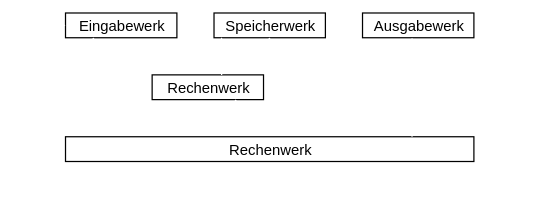
This is Semester 1/Grundlagen der Informationsverarbeitung/Notizen (Lenny)/Resourcen/Von-Neumann-Architektur.svg from Ph03nixF34ther/Lerngruppe, a draw.io export, as it was before one commit. Source tidied: cells renumbered, new cells last; positions are measured from the earlier drawing's top-left corner, leaving out a move shared by most shapes. Source of this version:
```xml
<mxGraphModel>
  <root>
    <mxCell id="0" />
    <mxCell id="1" parent="0" />
    <mxCell id="2" style="edgeStyle=none;html=1;strokeColor=#FFFFFF;" parent="1" edge="1" source="3" target="7">
      <mxGeometry relative="1" as="geometry" />
    </mxCell>
    <mxCell id="3" value="Eingabewerk" style="rounded=0;whiteSpace=wrap;html=1;" parent="1" vertex="1">
      <mxGeometry x="20" width="90" height="20" as="geometry" />
    </mxCell>
    <mxCell id="4" style="edgeStyle=none;html=1;strokeColor=#FFFFFF;" parent="1" edge="1">
      <mxGeometry relative="1" as="geometry">
        <mxPoint x="210" y="20" as="sourcePoint" />
        <mxPoint x="210" y="100" as="targetPoint" />
      </mxGeometry>
    </mxCell>
    <mxCell id="5" style="edgeStyle=none;html=1;exitX=0.25;exitY=1;exitDx=0;exitDy=0;entryX=0.802;entryY=0.002;entryDx=0;entryDy=0;entryPerimeter=0;strokeColor=#FFFFFF;" parent="1" edge="1" source="7" target="9">
      <mxGeometry relative="1" as="geometry" />
    </mxCell>
    <mxCell id="6" style="edgeStyle=none;html=1;strokeColor=#FFFFFF;" parent="1" edge="1" source="7" target="15">
      <mxGeometry relative="1" as="geometry" />
    </mxCell>
    <mxCell id="7" value="Speicherwerk" style="rounded=0;whiteSpace=wrap;html=1;" parent="1" vertex="1">
      <mxGeometry x="140" width="90" height="20" as="geometry" />
    </mxCell>
    <mxCell id="8" style="edgeStyle=none;html=1;entryX=0.25;entryY=0;entryDx=0;entryDy=0;exitX=0.141;exitY=1.002;exitDx=0;exitDy=0;exitPerimeter=0;strokeColor=#FFFFFF;" parent="1" edge="1" source="9" target="13">
      <mxGeometry relative="1" as="geometry" />
    </mxCell>
    <mxCell id="9" value="Rechenwerk" style="rounded=0;whiteSpace=wrap;html=1;" parent="1" vertex="1">
      <mxGeometry x="90" y="50" width="90" height="20" as="geometry" />
    </mxCell>
    <mxCell id="10" style="edgeStyle=none;html=1;exitX=0.067;exitY=0.002;exitDx=0;exitDy=0;entryX=0.25;entryY=1;entryDx=0;entryDy=0;exitPerimeter=0;strokeColor=#FFFFFF;shape=flexArrow;width=2.857142857142857;endSize=3.2857142857142856;endWidth=7.210884353741496;" parent="1" edge="1" source="13" target="3">
      <mxGeometry relative="1" as="geometry" />
    </mxCell>
    <mxCell id="11" style="edgeStyle=none;html=1;entryX=0.75;entryY=1;entryDx=0;entryDy=0;exitX=0.416;exitY=0.002;exitDx=0;exitDy=0;exitPerimeter=0;strokeColor=#FFFFFF;shape=flexArrow;width=2.857142857142857;endSize=2.2666666666666666;endWidth=6.099773242630386;" parent="1" edge="1" source="13" target="9">
      <mxGeometry relative="1" as="geometry" />
    </mxCell>
    <mxCell id="12" style="edgeStyle=none;html=1;entryX=0.5;entryY=1;entryDx=0;entryDy=0;strokeColor=#FFFFFF;shape=flexArrow;width=4.285714285714286;endSize=3.1333333333333333;endWidth=6.530612244897959;" parent="1" edge="1">
      <mxGeometry relative="1" as="geometry">
        <mxPoint x="184.8" y="100" as="sourcePoint" />
        <mxPoint x="184.8" y="20" as="targetPoint" />
      </mxGeometry>
    </mxCell>
    <mxCell id="13" value="Rechenwerk" style="rounded=0;whiteSpace=wrap;html=1;" parent="1" vertex="1">
      <mxGeometry x="20" y="100" width="330" height="20" as="geometry" />
    </mxCell>
    <mxCell id="14" style="edgeStyle=none;html=1;strokeColor=#FFFFFF;" parent="1" edge="1" source="15">
      <mxGeometry relative="1" as="geometry">
        <mxPoint x="370" y="10" as="targetPoint" />
      </mxGeometry>
    </mxCell>
    <mxCell id="15" value="Ausgabewerk" style="rounded=0;whiteSpace=wrap;html=1;" parent="1" vertex="1">
      <mxGeometry x="260" width="90" height="20" as="geometry" />
    </mxCell>
    <mxCell id="16" style="endArrow=classic;html=1;entryX=0;entryY=0.5;entryDx=0;entryDy=0;strokeColor=#FFFFFF;" parent="1" edge="1" target="3">
      <mxGeometry relative="1" as="geometry">
        <mxPoint y="10" as="sourcePoint" />
      </mxGeometry>
    </mxCell>
    <mxCell id="17" style="edgeStyle=none;html=1;entryX=0.068;entryY=0.981;entryDx=0;entryDy=0;entryPerimeter=0;exitX=0.624;exitY=0.002;exitDx=0;exitDy=0;exitPerimeter=0;strokeColor=#FFFFFF;" parent="1" edge="1" source="9" target="7">
      <mxGeometry relative="1" as="geometry" />
    </mxCell>
    <mxCell id="18" style="edgeStyle=none;html=1;entryX=0.5;entryY=1;entryDx=0;entryDy=0;strokeColor=#FFFFFF;" parent="1" edge="1">
      <mxGeometry relative="1" as="geometry">
        <mxPoint x="300" y="100" as="sourcePoint" />
        <mxPoint x="300" y="20" as="targetPoint" />
      </mxGeometry>
    </mxCell>
    <mxCell id="19" style="edgeStyle=none;html=1;strokeColor=#FFFFFF;shape=flexArrow;width=2.857142857142857;endSize=3.2857142857142856;endWidth=7.210884353741496;" parent="1" edge="1">
      <mxGeometry relative="1" as="geometry">
        <mxPoint x="40" y="134.8" as="sourcePoint" />
        <mxPoint x="80" y="134.8" as="targetPoint" />
      </mxGeometry>
    </mxCell>
    <mxCell id="20" value="&lt;font color=&quot;#ffffff&quot;&gt;Steuersignal&lt;/font&gt;" style="text;html=1;align=center;verticalAlign=middle;strokeColor=none;fillColor=none;" parent="1" vertex="1">
      <mxGeometry x="80" y="120" width="90" height="30" as="geometry" />
    </mxCell>
    <mxCell id="21" style="edgeStyle=none;html=1;strokeColor=#FFFFFF;" parent="1" edge="1">
      <mxGeometry relative="1" as="geometry">
        <mxPoint x="180" y="134.8" as="sourcePoint" />
        <mxPoint x="210" y="134.8" as="targetPoint" />
      </mxGeometry>
    </mxCell>
    <mxCell id="22" value="&lt;font color=&quot;#ffffff&quot;&gt;Daten&lt;/font&gt;" style="text;html=1;align=center;verticalAlign=middle;strokeColor=none;fillColor=none;" parent="1" vertex="1">
      <mxGeometry x="210" y="120" width="60" height="30" as="geometry" />
    </mxCell>
  </root>
</mxGraphModel>
```
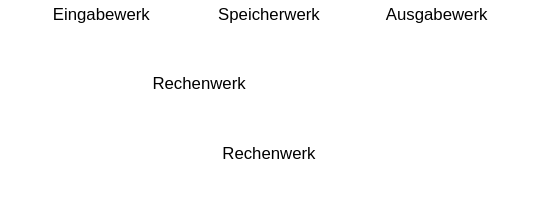
Later version of the same file.

Commit message:
[content] Fehlerkorrektur

Affected files:
Semester 1/Grundlagen der Informationsverarbeitung/Notizen (Lenny)/Resourcen/Von-Neumann-Architektur.svg

What changed in the source:
```diff
@@ -1,87 +1,87 @@
 <mxGraphModel>
   <root>
-    <mxCell id="0" />
-    <mxCell id="1" parent="0" />
+    <mxCell id="23" />
+    <mxCell id="24" parent="23" />
-    <mxCell id="2" style="edgeStyle=none;html=1;strokeColor=#FFFFFF;" parent="1" edge="1" source="3" target="7">
+    <mxCell id="2" style="edgeStyle=none;html=1;strokeColor=light-dark(#FFFFFF,#FFFFFF);" parent="24" edge="1" source="3" target="7">
       <mxGeometry relative="1" as="geometry" />
     </mxCell>
-    <mxCell id="3" value="Eingabewerk" style="rounded=0;whiteSpace=wrap;html=1;" parent="1" vertex="1">
+    <mxCell id="3" value="Eingabewerk" style="rounded=0;whiteSpace=wrap;html=1;strokeColor=light-dark(#FFFFFF,#FFFFFF);" parent="24" vertex="1">
       <mxGeometry x="20" width="90" height="20" as="geometry" />
     </mxCell>
-    <mxCell id="4" style="edgeStyle=none;html=1;strokeColor=#FFFFFF;" parent="1" edge="1">
-      <mxGeometry relative="1" as="geometry">
-        <mxPoint x="210" y="20" as="sourcePoint" />
-        <mxPoint x="210" y="100" as="targetPoint" />
-      </mxGeometry>
-    </mxCell>
-    <mxCell id="5" style="edgeStyle=none;html=1;exitX=0.25;exitY=1;exitDx=0;exitDy=0;entryX=0.802;entryY=0.002;entryDx=0;entryDy=0;entryPerimeter=0;strokeColor=#FFFFFF;" parent="1" edge="1" source="7" target="9">
-      <mxGeometry relative="1" as="geometry" />
-    </mxCell>
+    <mxCell id="25" style="edgeStyle=none;html=1;strokeColor=light-dark(#FFFFFF,#FFFFFF);" parent="24" edge="1">
+      <mxGeometry relative="1" as="geometry">
+        <mxPoint x="210" y="20" as="sourcePoint" />
+        <mxPoint x="210" y="100" as="targetPoint" />
+      </mxGeometry>
+    </mxCell>
+    <mxCell id="26" style="edgeStyle=none;html=1;exitX=0.25;exitY=1;exitDx=0;exitDy=0;entryX=0.802;entryY=0.002;entryDx=0;entryDy=0;entryPerimeter=0;strokeColor=light-dark(#FFFFFF,#FFFFFF);" parent="24" edge="1" source="7" target="28">
+      <mxGeometry relative="1" as="geometry" />
+    </mxCell>
-    <mxCell id="6" style="edgeStyle=none;html=1;strokeColor=#FFFFFF;" parent="1" edge="1" source="7" target="15">
+    <mxCell id="6" style="edgeStyle=none;html=1;strokeColor=light-dark(#FFFFFF,#FFFFFF);" parent="24" edge="1" source="7" target="15">
       <mxGeometry relative="1" as="geometry" />
     </mxCell>
-    <mxCell id="7" value="Speicherwerk" style="rounded=0;whiteSpace=wrap;html=1;" parent="1" vertex="1">
+    <mxCell id="7" value="Speicherwerk" style="rounded=0;whiteSpace=wrap;html=1;strokeColor=light-dark(#FFFFFF,#FFFFFF);" parent="24" vertex="1">
       <mxGeometry x="140" width="90" height="20" as="geometry" />
     </mxCell>
-    <mxCell id="8" style="edgeStyle=none;html=1;entryX=0.25;entryY=0;entryDx=0;entryDy=0;exitX=0.141;exitY=1.002;exitDx=0;exitDy=0;exitPerimeter=0;strokeColor=#FFFFFF;" parent="1" edge="1" source="9" target="13">
-      <mxGeometry relative="1" as="geometry" />
-    </mxCell>
-    <mxCell id="9" value="Rechenwerk" style="rounded=0;whiteSpace=wrap;html=1;" parent="1" vertex="1">
-      <mxGeometry x="90" y="50" width="90" height="20" as="geometry" />
-    </mxCell>
-    <mxCell id="10" style="edgeStyle=none;html=1;exitX=0.067;exitY=0.002;exitDx=0;exitDy=0;entryX=0.25;entryY=1;entryDx=0;entryDy=0;exitPerimeter=0;strokeColor=#FFFFFF;shape=flexArrow;width=2.857142857142857;endSize=3.2857142857142856;endWidth=7.210884353741496;" parent="1" edge="1" source="13" target="3">
-      <mxGeometry relative="1" as="geometry" />
-    </mxCell>
-    <mxCell id="11" style="edgeStyle=none;html=1;entryX=0.75;entryY=1;entryDx=0;entryDy=0;exitX=0.416;exitY=0.002;exitDx=0;exitDy=0;exitPerimeter=0;strokeColor=#FFFFFF;shape=flexArrow;width=2.857142857142857;endSize=2.2666666666666666;endWidth=6.099773242630386;" parent="1" edge="1" source="13" target="9">
-      <mxGeometry relative="1" as="geometry" />
-    </mxCell>
-    <mxCell id="12" style="edgeStyle=none;html=1;entryX=0.5;entryY=1;entryDx=0;entryDy=0;strokeColor=#FFFFFF;shape=flexArrow;width=4.285714285714286;endSize=3.1333333333333333;endWidth=6.530612244897959;" parent="1" edge="1">
-      <mxGeometry relative="1" as="geometry">
-        <mxPoint x="184.8" y="100" as="sourcePoint" />
-        <mxPoint x="184.8" y="20" as="targetPoint" />
-      </mxGeometry>
-    </mxCell>
-    <mxCell id="13" value="Rechenwerk" style="rounded=0;whiteSpace=wrap;html=1;" parent="1" vertex="1">
-      <mxGeometry x="20" y="100" width="330" height="20" as="geometry" />
-    </mxCell>
-    <mxCell id="14" style="edgeStyle=none;html=1;strokeColor=#FFFFFF;" parent="1" edge="1" source="15">
-      <mxGeometry relative="1" as="geometry">
-        <mxPoint x="370" y="10" as="targetPoint" />
-      </mxGeometry>
-    </mxCell>
+    <mxCell id="27" style="edgeStyle=none;html=1;entryX=0.25;entryY=0;entryDx=0;entryDy=0;exitX=0.141;exitY=1.002;exitDx=0;exitDy=0;exitPerimeter=0;strokeColor=light-dark(#FFFFFF,#FFFFFF);" parent="24" edge="1" source="28" target="32">
+      <mxGeometry relative="1" as="geometry" />
+    </mxCell>
+    <mxCell id="28" value="Rechenwerk" style="rounded=0;whiteSpace=wrap;html=1;strokeColor=light-dark(#FFFFFF,#FFFFFF);" parent="24" vertex="1">
+      <mxGeometry x="90" y="50" width="90" height="20" as="geometry" />
+    </mxCell>
+    <mxCell id="29" style="edgeStyle=none;html=1;exitX=0.067;exitY=0.002;exitDx=0;exitDy=0;entryX=0.25;entryY=1;entryDx=0;entryDy=0;exitPerimeter=0;strokeColor=light-dark(#FFFFFF,#FFFFFF);shape=flexArrow;width=2.857142857142857;endSize=3.2857142857142856;endWidth=7.210884353741496;" parent="24" edge="1" source="32" target="3">
+      <mxGeometry relative="1" as="geometry" />
+    </mxCell>
+    <mxCell id="30" style="edgeStyle=none;html=1;entryX=0.75;entryY=1;entryDx=0;entryDy=0;exitX=0.416;exitY=0.002;exitDx=0;exitDy=0;exitPerimeter=0;strokeColor=light-dark(#FFFFFF,#FFFFFF);shape=flexArrow;width=2.857142857142857;endSize=2.2666666666666666;endWidth=6.099773242630386;" parent="24" edge="1" source="32" target="28">
+      <mxGeometry relative="1" as="geometry" />
+    </mxCell>
+    <mxCell id="31" style="edgeStyle=none;html=1;entryX=0.5;entryY=1;entryDx=0;entryDy=0;strokeColor=light-dark(#FFFFFF,#FFFFFF);shape=flexArrow;width=4.285714285714286;endSize=3.1333333333333333;endWidth=6.530612244897959;" parent="24" edge="1">
+      <mxGeometry relative="1" as="geometry">
+        <mxPoint x="184.8" y="100" as="sourcePoint" />
+        <mxPoint x="184.8" y="20" as="targetPoint" />
+      </mxGeometry>
+    </mxCell>
+    <mxCell id="32" value="Rechenwerk" style="rounded=0;whiteSpace=wrap;html=1;strokeColor=light-dark(#FFFFFF,#FFFFFF);" parent="24" vertex="1">
+      <mxGeometry x="20" y="100" width="330" height="20" as="geometry" />
+    </mxCell>
+    <mxCell id="33" style="edgeStyle=none;html=1;strokeColor=light-dark(#FFFFFF,#FFFFFF);" parent="24" edge="1" source="15">
+      <mxGeometry relative="1" as="geometry">
+        <mxPoint x="370" y="10" as="targetPoint" />
+      </mxGeometry>
+    </mxCell>
-    <mxCell id="15" value="Ausgabewerk" style="rounded=0;whiteSpace=wrap;html=1;" parent="1" vertex="1">
+    <mxCell id="15" value="Ausgabewerk" style="rounded=0;whiteSpace=wrap;html=1;strokeColor=light-dark(#FFFFFF,#FFFFFF);" parent="24" vertex="1">
       <mxGeometry x="260" width="90" height="20" as="geometry" />
     </mxCell>
-    <mxCell id="16" style="endArrow=classic;html=1;entryX=0;entryY=0.5;entryDx=0;entryDy=0;strokeColor=#FFFFFF;" parent="1" edge="1" target="3">
-      <mxGeometry relative="1" as="geometry">
-        <mxPoint y="10" as="sourcePoint" />
-      </mxGeometry>
-    </mxCell>
-    <mxCell id="17" style="edgeStyle=none;html=1;entryX=0.068;entryY=0.981;entryDx=0;entryDy=0;entryPerimeter=0;exitX=0.624;exitY=0.002;exitDx=0;exitDy=0;exitPerimeter=0;strokeColor=#FFFFFF;" parent="1" edge="1" source="9" target="7">
-      <mxGeometry relative="1" as="geometry" />
-    </mxCell>
-    <mxCell id="18" style="edgeStyle=none;html=1;entryX=0.5;entryY=1;entryDx=0;entryDy=0;strokeColor=#FFFFFF;" parent="1" edge="1">
-      <mxGeometry relative="1" as="geometry">
-        <mxPoint x="300" y="100" as="sourcePoint" />
-        <mxPoint x="300" y="20" as="targetPoint" />
-      </mxGeometry>
-    </mxCell>
-    <mxCell id="19" style="edgeStyle=none;html=1;strokeColor=#FFFFFF;shape=flexArrow;width=2.857142857142857;endSize=3.2857142857142856;endWidth=7.210884353741496;" parent="1" edge="1">
-      <mxGeometry relative="1" as="geometry">
-        <mxPoint x="40" y="134.8" as="sourcePoint" />
-        <mxPoint x="80" y="134.8" as="targetPoint" />
-      </mxGeometry>
-    </mxCell>
+    <mxCell id="34" style="endArrow=classic;html=1;entryX=0;entryY=0.5;entryDx=0;entryDy=0;strokeColor=light-dark(#FFFFFF,#FFFFFF);" parent="24" edge="1" target="3">
+      <mxGeometry relative="1" as="geometry">
+        <mxPoint y="10" as="sourcePoint" />
+      </mxGeometry>
+    </mxCell>
+    <mxCell id="35" style="edgeStyle=none;html=1;entryX=0.068;entryY=0.981;entryDx=0;entryDy=0;entryPerimeter=0;exitX=0.624;exitY=0.002;exitDx=0;exitDy=0;exitPerimeter=0;strokeColor=light-dark(#FFFFFF,#FFFFFF);" parent="24" edge="1" source="28" target="7">
+      <mxGeometry relative="1" as="geometry" />
+    </mxCell>
+    <mxCell id="36" style="edgeStyle=none;html=1;entryX=0.5;entryY=1;entryDx=0;entryDy=0;strokeColor=light-dark(#FFFFFF,#FFFFFF);" parent="24" edge="1">
+      <mxGeometry relative="1" as="geometry">
+        <mxPoint x="300" y="100" as="sourcePoint" />
+        <mxPoint x="300" y="20" as="targetPoint" />
+      </mxGeometry>
+    </mxCell>
+    <mxCell id="37" style="edgeStyle=none;html=1;strokeColor=light-dark(#FFFFFF,#FFFFFF);shape=flexArrow;width=2.857142857142857;endSize=3.2857142857142856;endWidth=7.210884353741496;" parent="24" edge="1">
+      <mxGeometry relative="1" as="geometry">
+        <mxPoint x="40" y="134.8" as="sourcePoint" />
+        <mxPoint x="80" y="134.8" as="targetPoint" />
+      </mxGeometry>
+    </mxCell>
-    <mxCell id="20" value="&lt;font color=&quot;#ffffff&quot;&gt;Steuersignal&lt;/font&gt;" style="text;html=1;align=center;verticalAlign=middle;strokeColor=none;fillColor=none;" parent="1" vertex="1">
+    <mxCell id="20" value="&lt;font&gt;Steuersignal&lt;/font&gt;" style="text;html=1;align=center;verticalAlign=middle;strokeColor=none;fillColor=none;fontColor=light-dark(#FFFFFF,#FFFFFF);" parent="24" vertex="1">
       <mxGeometry x="80" y="120" width="90" height="30" as="geometry" />
     </mxCell>
-    <mxCell id="21" style="edgeStyle=none;html=1;strokeColor=#FFFFFF;" parent="1" edge="1">
-      <mxGeometry relative="1" as="geometry">
-        <mxPoint x="180" y="134.8" as="sourcePoint" />
-        <mxPoint x="210" y="134.8" as="targetPoint" />
-      </mxGeometry>
-    </mxCell>
+    <mxCell id="38" style="edgeStyle=none;html=1;strokeColor=light-dark(#FFFFFF,#FFFFFF);" parent="24" edge="1">
+      <mxGeometry relative="1" as="geometry">
+        <mxPoint x="180" y="134.8" as="sourcePoint" />
+        <mxPoint x="210" y="134.8" as="targetPoint" />
+      </mxGeometry>
+    </mxCell>
-    <mxCell id="22" value="&lt;font color=&quot;#ffffff&quot;&gt;Daten&lt;/font&gt;" style="text;html=1;align=center;verticalAlign=middle;strokeColor=none;fillColor=none;" parent="1" vertex="1">
+    <mxCell id="22" value="&lt;font&gt;Daten&lt;/font&gt;" style="text;html=1;align=center;verticalAlign=middle;strokeColor=none;fillColor=none;fontColor=light-dark(#FFFFFF,#FFFFFF);" parent="24" vertex="1">
       <mxGeometry x="210" y="120" width="60" height="30" as="geometry" />
     </mxCell>
   </root>
```
